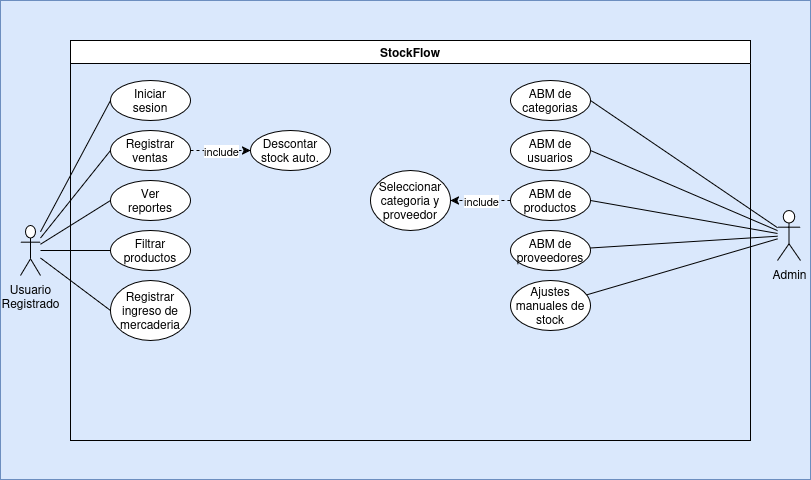
The draw.io diagram docs/casos-de-uso/stockFlow-CasosDeUso.drawio.png in LisandroAvalos/StockFlow, before a commit. Source tidied: cells renumbered, new cells last; positions are measured from the earlier drawing's top-left corner, leaving out a move shared by most shapes.
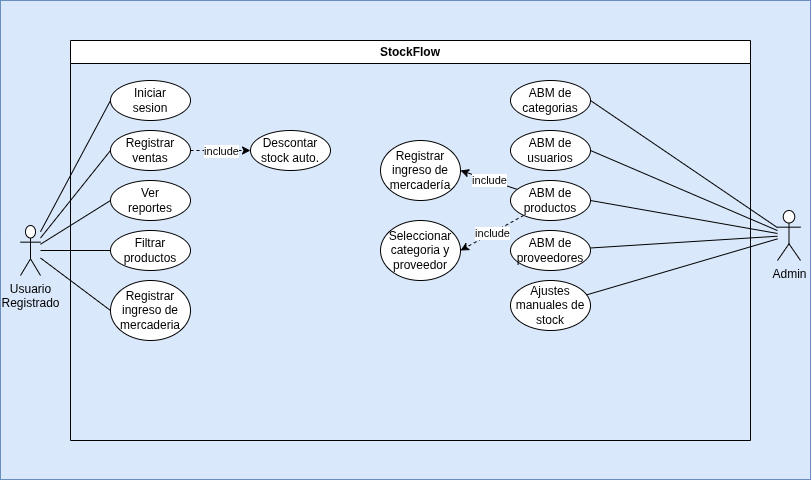
The same file after the commit.

Commit message:
docs: actualizar documentación tras completar módulo de stock

Change to the diagram source:
```diff
@@ -26,12 +26,18 @@
     <mxCell id="9" value="&lt;div&gt;Iniciar&lt;/div&gt;&lt;div&gt;sesion&lt;/div&gt;" style="ellipse;whiteSpace=wrap;html=1;" parent="4" vertex="1">
       <mxGeometry x="40" y="40" width="80" height="40" as="geometry" />
     </mxCell>
-    <mxCell id="10" style="edgeStyle=orthogonalEdgeStyle;rounded=0;jettySize=auto;html=1;entryX=1;entryY=0.5;entryDx=0;entryDy=0;dashed=1;" parent="4" edge="1" source="12" target="19">
+    <mxCell id="10" style="rounded=0;jettySize=auto;html=1;entryX=1;entryY=0.5;entryDx=0;entryDy=0;dashed=1;" parent="4" edge="1" source="12" target="19">
       <mxGeometry relative="1" as="geometry" />
     </mxCell>
     <mxCell id="11" value="include" style="edgeLabel;html=1;align=center;verticalAlign=middle;" parent="10" vertex="1">
       <mxGeometry relative="1" as="geometry" />
     </mxCell>
+    <mxCell id="33" style="rounded=0;jettySize=auto;html=1;entryX=1;entryY=0.5;entryDx=0;entryDy=0;" parent="4" edge="1" source="12" target="35">
+      <mxGeometry relative="1" as="geometry" />
+    </mxCell>
+    <mxCell id="34" value="include" style="edgeLabel;html=1;align=center;verticalAlign=middle;" parent="33" vertex="1">
+      <mxGeometry relative="1" as="geometry" />
+    </mxCell>
     <mxCell id="12" value="ABM de productos" style="ellipse;whiteSpace=wrap;html=1;" parent="4" vertex="1">
       <mxGeometry x="440" y="140" width="80" height="40" as="geometry" />
     </mxCell>
@@ -54,11 +60,14 @@
       <mxGeometry x="180" y="90" width="80" height="40" as="geometry" />
     </mxCell>
     <mxCell id="19" value="Seleccionar categoria y proveedor" style="ellipse;whiteSpace=wrap;html=1;" parent="4" vertex="1">
-      <mxGeometry x="300" y="130" width="80" height="60" as="geometry" />
+      <mxGeometry x="310" y="180" width="80" height="60" as="geometry" />
     </mxCell>
     <mxCell id="20" value="ABM de usuarios" style="ellipse;whiteSpace=wrap;html=1;" parent="4" vertex="1">
       <mxGeometry x="440" y="90" width="80" height="40" as="geometry" />
     </mxCell>
+    <mxCell id="35" value="Registrar ingreso de mercadería" style="ellipse;whiteSpace=wrap;html=1;" parent="4" vertex="1">
+      <mxGeometry x="310" y="100" width="80" height="60" as="geometry" />
+    </mxCell>
     <mxCell id="21" style="rounded=0;jettySize=auto;html=1;entryX=0;entryY=0.5;entryDx=0;entryDy=0;elbow=vertical;startArrow=none;startFill=0;endArrow=none;endFill=0;" parent="3" edge="1" source="26" target="9">
       <mxGeometry relative="1" as="geometry" />
     </mxCell>
```
